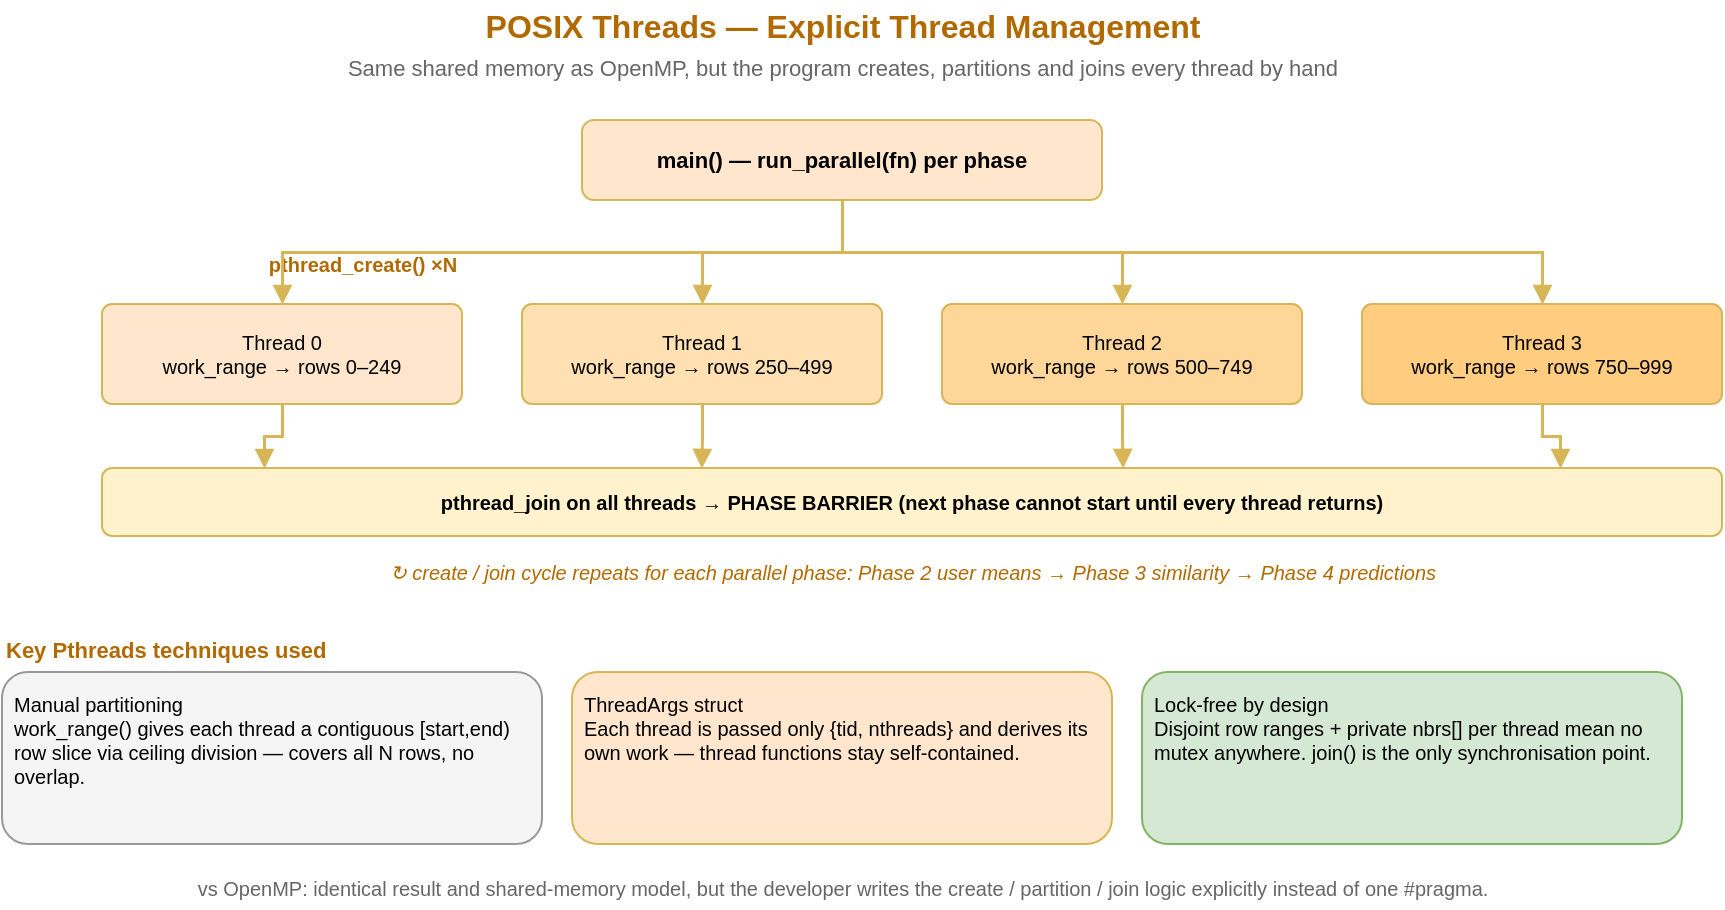
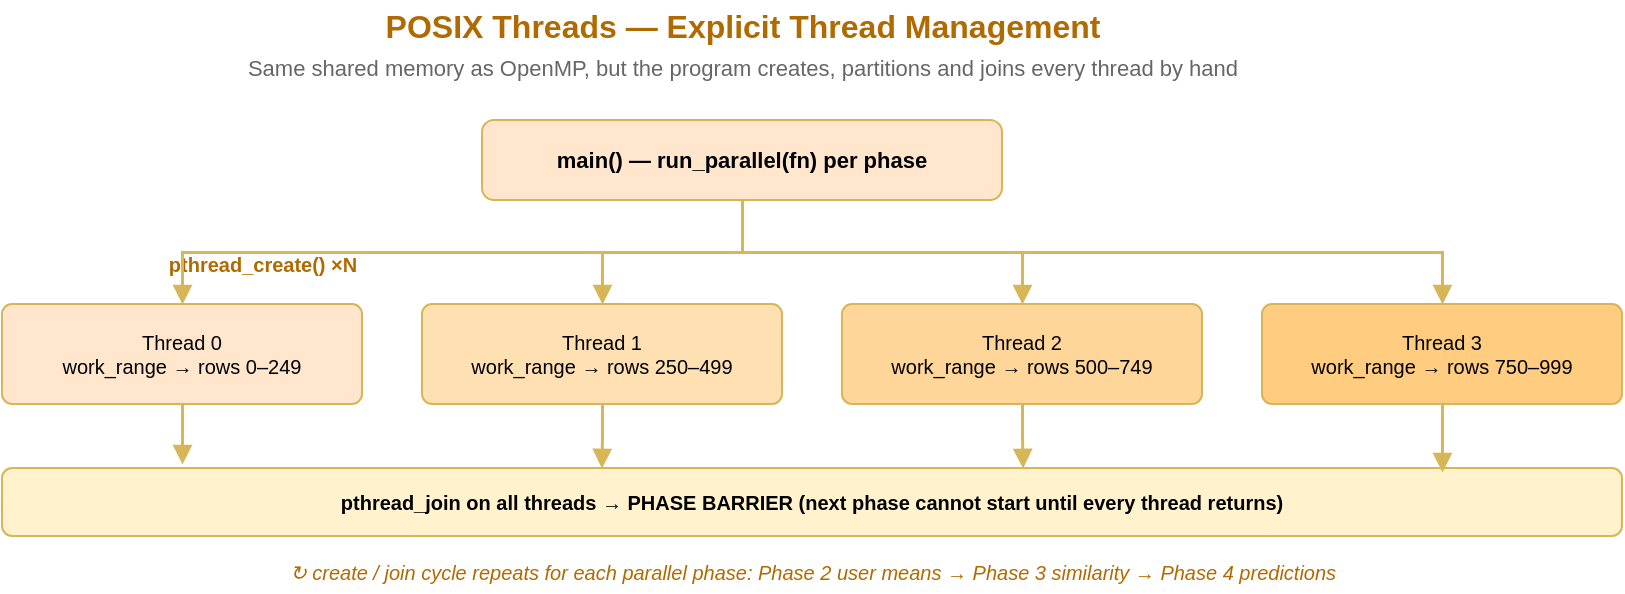
- <mxfile host="app.diagrams.net" version="21.1.2">
-   <diagram id="page3" name="3. Pthreads">
-     <mxGraphModel dx="1000" dy="640" grid="1" gridSize="10" guides="1" tooltips="1" connect="1" arrows="1" fold="1" page="1" pageScale="1" pageWidth="900" pageHeight="610" math="0" shadow="0">
-       <root>
-         <mxCell id="0" />
-         <mxCell id="1" parent="0" />
- 
-         <!-- Title -->
-         <mxCell id="ttl" value="POSIX Threads — Explicit Thread Management" style="text;html=1;align=center;verticalAlign=middle;fontStyle=1;fontSize=16;fontColor=#b06a00;" vertex="1" parent="1">
-           <mxGeometry x="150" y="18" width="600" height="26" as="geometry" />
-         </mxCell>
-         <mxCell id="sub" value="Same shared memory as OpenMP, but the program creates, partitions and joins every thread by hand" style="text;html=1;align=center;verticalAlign=middle;fontSize=11;fontColor=#666666;" vertex="1" parent="1">
-           <mxGeometry x="150" y="42" width="600" height="20" as="geometry" />
-         </mxCell>
- 
-         <!-- Main thread -->
-         <mxCell id="mn" value="main()  —  run_parallel(fn) per phase" style="rounded=1;whiteSpace=wrap;html=1;fillColor=#ffe6cc;strokeColor=#d6b656;fontSize=11;fontStyle=1;verticalAlign=middle;" vertex="1" parent="1">
-           <mxGeometry x="320" y="78" width="260" height="40" as="geometry" />
-         </mxCell>
- 
-         <!-- create / join labels -->
-         <mxCell id="crl" value="pthread_create() ×N" style="text;html=1;align=center;fontSize=10;fontColor=#b06a00;fontStyle=1;" vertex="1" parent="1">
-           <mxGeometry x="120" y="138" width="180" height="18" as="geometry" />
-         </mxCell>
- 
-         <!-- Threads -->
-         <mxCell id="t0" value="Thread 0&#10;work_range → rows 0–249" style="rounded=1;whiteSpace=wrap;html=1;fillColor=#ffe6cc;strokeColor=#d6b656;fontSize=10;arcSize=10;verticalAlign=middle;" vertex="1" parent="1">
-           <mxGeometry x="80" y="170" width="180" height="50" as="geometry" />
-         </mxCell>
-         <mxCell id="t1" value="Thread 1&#10;work_range → rows 250–499" style="rounded=1;whiteSpace=wrap;html=1;fillColor=#ffe0b3;strokeColor=#d6b656;fontSize=10;arcSize=10;verticalAlign=middle;" vertex="1" parent="1">
-           <mxGeometry x="290" y="170" width="180" height="50" as="geometry" />
-         </mxCell>
-         <mxCell id="t2" value="Thread 2&#10;work_range → rows 500–749" style="rounded=1;whiteSpace=wrap;html=1;fillColor=#ffd699;strokeColor=#d6b656;fontSize=10;arcSize=10;verticalAlign=middle;" vertex="1" parent="1">
-           <mxGeometry x="500" y="170" width="180" height="50" as="geometry" />
-         </mxCell>
-         <mxCell id="t3" value="Thread 3&#10;work_range → rows 750–999" style="rounded=1;whiteSpace=wrap;html=1;fillColor=#ffcc80;strokeColor=#d6b656;fontSize=10;arcSize=10;verticalAlign=middle;" vertex="1" parent="1">
-           <mxGeometry x="710" y="170" width="180" height="50" as="geometry" />
-         </mxCell>
- 
-         <!-- create arrows -->
-         <mxCell id="c0" style="edgeStyle=orthogonalEdgeStyle;rounded=0;html=1;endArrow=block;endFill=1;strokeWidth=1.5;strokeColor=#d6b656;exitX=0.5;exitY=1;entryX=0.5;entryY=0;" edge="1" source="mn" target="t0" parent="1"><mxGeometry relative="1" as="geometry" /></mxCell>
-         <mxCell id="c1e" style="edgeStyle=orthogonalEdgeStyle;rounded=0;html=1;endArrow=block;endFill=1;strokeWidth=1.5;strokeColor=#d6b656;exitX=0.5;exitY=1;entryX=0.5;entryY=0;" edge="1" source="mn" target="t1" parent="1"><mxGeometry relative="1" as="geometry" /></mxCell>
-         <mxCell id="c2e" style="edgeStyle=orthogonalEdgeStyle;rounded=0;html=1;endArrow=block;endFill=1;strokeWidth=1.5;strokeColor=#d6b656;exitX=0.5;exitY=1;entryX=0.5;entryY=0;" edge="1" source="mn" target="t2" parent="1"><mxGeometry relative="1" as="geometry" /></mxCell>
-         <mxCell id="c3e" style="edgeStyle=orthogonalEdgeStyle;rounded=0;html=1;endArrow=block;endFill=1;strokeWidth=1.5;strokeColor=#d6b656;exitX=0.5;exitY=1;entryX=0.5;entryY=0;" edge="1" source="mn" target="t3" parent="1"><mxGeometry relative="1" as="geometry" /></mxCell>
- 
-         <!-- join into barrier bar -->
-         <mxCell id="barrier" value="pthread_join on all threads  →  PHASE BARRIER (next phase cannot start until every thread returns)" style="rounded=1;whiteSpace=wrap;html=1;fillColor=#fff2cc;strokeColor=#d6b656;fontSize=10;fontStyle=1;verticalAlign=middle;" vertex="1" parent="1">
-           <mxGeometry x="80" y="252" width="810" height="34" as="geometry" />
-         </mxCell>
-         <mxCell id="j0" style="edgeStyle=orthogonalEdgeStyle;rounded=0;html=1;endArrow=block;endFill=1;strokeWidth=1.5;strokeColor=#d6b656;exitX=0.5;exitY=1;entryX=0.1;entryY=0;" edge="1" source="t0" target="barrier" parent="1"><mxGeometry relative="1" as="geometry" /></mxCell>
-         <mxCell id="j1" style="edgeStyle=orthogonalEdgeStyle;rounded=0;html=1;endArrow=block;endFill=1;strokeWidth=1.5;strokeColor=#d6b656;exitX=0.5;exitY=1;entryX=0.37;entryY=0;" edge="1" source="t1" target="barrier" parent="1"><mxGeometry relative="1" as="geometry" /></mxCell>
-         <mxCell id="j2" style="edgeStyle=orthogonalEdgeStyle;rounded=0;html=1;endArrow=block;endFill=1;strokeWidth=1.5;strokeColor=#d6b656;exitX=0.5;exitY=1;entryX=0.63;entryY=0;" edge="1" source="t2" target="barrier" parent="1"><mxGeometry relative="1" as="geometry" /></mxCell>
-         <mxCell id="j3" style="edgeStyle=orthogonalEdgeStyle;rounded=0;html=1;endArrow=block;endFill=1;strokeWidth=1.5;strokeColor=#d6b656;exitX=0.5;exitY=1;entryX=0.9;entryY=0;" edge="1" source="t3" target="barrier" parent="1"><mxGeometry relative="1" as="geometry" /></mxCell>
- 
-         <!-- repeated per phase note -->
-         <mxCell id="rep" value="↻ create / join cycle repeats for each parallel phase:  Phase 2 user means  →  Phase 3 similarity  →  Phase 4 predictions" style="text;html=1;align=center;verticalAlign=middle;fontSize=10;fontColor=#b06a00;fontStyle=2;" vertex="1" parent="1">
-           <mxGeometry x="80" y="294" width="810" height="20" as="geometry" />
-         </mxCell>
- 
-         <!-- Concept boxes -->
-         <mxCell id="ch" value="Key Pthreads techniques used" style="text;html=1;align=left;fontStyle=1;fontSize=11;fontColor=#b06a00;" vertex="1" parent="1">
-           <mxGeometry x="30" y="330" width="300" height="20" as="geometry" />
-         </mxCell>
-         <mxCell id="b1" value="Manual partitioning&#10;work_range() gives each thread a contiguous [start,end) row slice via ceiling division — covers all N rows, no overlap." style="rounded=1;whiteSpace=wrap;html=1;fillColor=#f5f5f5;strokeColor=#999999;fontSize=10;verticalAlign=top;align=left;spacing=6;" vertex="1" parent="1">
-           <mxGeometry x="30" y="354" width="270" height="86" as="geometry" />
-         </mxCell>
-         <mxCell id="b2" value="ThreadArgs struct&#10;Each thread is passed only {tid, nthreads} and derives its own work — thread functions stay self-contained." style="rounded=1;whiteSpace=wrap;html=1;fillColor=#ffe6cc;strokeColor=#d6b656;fontSize=10;verticalAlign=top;align=left;spacing=6;" vertex="1" parent="1">
-           <mxGeometry x="315" y="354" width="270" height="86" as="geometry" />
-         </mxCell>
-         <mxCell id="b3" value="Lock-free by design&#10;Disjoint row ranges + private nbrs[] per thread mean no mutex anywhere. join() is the only synchronisation point." style="rounded=1;whiteSpace=wrap;html=1;fillColor=#d5e8d4;strokeColor=#82b366;fontSize=10;verticalAlign=top;align=left;spacing=6;" vertex="1" parent="1">
-           <mxGeometry x="600" y="354" width="270" height="86" as="geometry" />
-         </mxCell>
- 
-         <!-- Footer -->
-         <mxCell id="ft" value="vs OpenMP: identical result and shared-memory model, but the developer writes the create / partition / join logic explicitly instead of one #pragma." style="text;html=1;align=center;verticalAlign=middle;fontSize=10;fontColor=#666666;" vertex="1" parent="1">
-           <mxGeometry x="30" y="452" width="840" height="20" as="geometry" />
-         </mxCell>
-       </root>
-     </mxGraphModel>
-   </diagram>
- </mxfile>
+ <mxfile host="65bd71144e">
+     <diagram id="page3" name="3. Pthreads">
+         <mxGraphModel dx="438" dy="281" grid="1" gridSize="10" guides="1" tooltips="1" connect="1" arrows="1" fold="1" page="1" pageScale="1" pageWidth="900" pageHeight="610" math="0" shadow="0">
+             <root>
+                 <mxCell id="0"/>
+                 <mxCell id="1" parent="0"/>
+                 <mxCell id="ttl" value="POSIX Threads — Explicit Thread Management" style="text;html=1;align=center;verticalAlign=middle;fontStyle=1;fontSize=16;fontColor=#b06a00;" parent="1" vertex="1">
+                     <mxGeometry x="150" y="18" width="600" height="26" as="geometry"/>
+                 </mxCell>
+                 <mxCell id="sub" value="Same shared memory as OpenMP, but the program creates, partitions and joins every thread by hand" style="text;html=1;align=center;verticalAlign=middle;fontSize=11;fontColor=#666666;" parent="1" vertex="1">
+                     <mxGeometry x="150" y="42" width="600" height="20" as="geometry"/>
+                 </mxCell>
+                 <mxCell id="mn" value="main()  —  run_parallel(fn) per phase" style="rounded=1;whiteSpace=wrap;html=1;fillColor=#ffe6cc;strokeColor=#d6b656;fontSize=11;fontStyle=1;verticalAlign=middle;" parent="1" vertex="1">
+                     <mxGeometry x="320" y="78" width="260" height="40" as="geometry"/>
+                 </mxCell>
+                 <mxCell id="crl" value="pthread_create() ×N" style="text;html=1;align=center;fontSize=10;fontColor=#b06a00;fontStyle=1;" parent="1" vertex="1">
+                     <mxGeometry x="120" y="138" width="180" height="18" as="geometry"/>
+                 </mxCell>
+                 <mxCell id="t0" value="Thread 0&#xa;work_range → rows 0–249" style="rounded=1;whiteSpace=wrap;html=1;fillColor=#ffe6cc;strokeColor=#d6b656;fontSize=10;arcSize=10;verticalAlign=middle;" parent="1" vertex="1">
+                     <mxGeometry x="80" y="170" width="180" height="50" as="geometry"/>
+                 </mxCell>
+                 <mxCell id="t1" value="Thread 1&#xa;work_range → rows 250–499" style="rounded=1;whiteSpace=wrap;html=1;fillColor=#ffe0b3;strokeColor=#d6b656;fontSize=10;arcSize=10;verticalAlign=middle;" parent="1" vertex="1">
+                     <mxGeometry x="290" y="170" width="180" height="50" as="geometry"/>
+                 </mxCell>
+                 <mxCell id="t2" value="Thread 2&#xa;work_range → rows 500–749" style="rounded=1;whiteSpace=wrap;html=1;fillColor=#ffd699;strokeColor=#d6b656;fontSize=10;arcSize=10;verticalAlign=middle;" parent="1" vertex="1">
+                     <mxGeometry x="500" y="170" width="180" height="50" as="geometry"/>
+                 </mxCell>
+                 <mxCell id="t3" value="Thread 3&#xa;work_range → rows 750–999" style="rounded=1;whiteSpace=wrap;html=1;fillColor=#ffcc80;strokeColor=#d6b656;fontSize=10;arcSize=10;verticalAlign=middle;" parent="1" vertex="1">
+                     <mxGeometry x="710" y="170" width="180" height="50" as="geometry"/>
+                 </mxCell>
+                 <mxCell id="c0" style="edgeStyle=orthogonalEdgeStyle;rounded=0;html=1;endArrow=block;endFill=1;strokeWidth=1.5;strokeColor=#d6b656;exitX=0.5;exitY=1;entryX=0.5;entryY=0;" parent="1" source="mn" target="t0" edge="1">
+                     <mxGeometry relative="1" as="geometry"/>
+                 </mxCell>
+                 <mxCell id="c1e" style="edgeStyle=orthogonalEdgeStyle;rounded=0;html=1;endArrow=block;endFill=1;strokeWidth=1.5;strokeColor=#d6b656;exitX=0.5;exitY=1;entryX=0.5;entryY=0;" parent="1" source="mn" target="t1" edge="1">
+                     <mxGeometry relative="1" as="geometry"/>
+                 </mxCell>
+                 <mxCell id="c2e" style="edgeStyle=orthogonalEdgeStyle;rounded=0;html=1;endArrow=block;endFill=1;strokeWidth=1.5;strokeColor=#d6b656;exitX=0.5;exitY=1;entryX=0.5;entryY=0;" parent="1" source="mn" target="t2" edge="1">
+                     <mxGeometry relative="1" as="geometry"/>
+                 </mxCell>
+                 <mxCell id="c3e" style="edgeStyle=orthogonalEdgeStyle;rounded=0;html=1;endArrow=block;endFill=1;strokeWidth=1.5;strokeColor=#d6b656;exitX=0.5;exitY=1;entryX=0.5;entryY=0;" parent="1" source="mn" target="t3" edge="1">
+                     <mxGeometry relative="1" as="geometry"/>
+                 </mxCell>
+                 <mxCell id="barrier" value="pthread_join on all threads  →  PHASE BARRIER (next phase cannot start until every thread returns)" style="rounded=1;whiteSpace=wrap;html=1;fillColor=#fff2cc;strokeColor=#d6b656;fontSize=10;fontStyle=1;verticalAlign=middle;" parent="1" vertex="1">
+                     <mxGeometry x="80" y="252" width="810" height="34" as="geometry"/>
+                 </mxCell>
+                 <mxCell id="j0" style="edgeStyle=orthogonalEdgeStyle;rounded=0;html=1;endArrow=block;endFill=1;strokeWidth=1.5;strokeColor=#d6b656;exitX=0.5;exitY=1;" parent="1" source="t0" edge="1">
+                     <mxGeometry relative="1" as="geometry">
+                         <mxPoint x="170" y="250" as="targetPoint"/>
+                     </mxGeometry>
+                 </mxCell>
+                 <mxCell id="j1" style="edgeStyle=orthogonalEdgeStyle;rounded=0;html=1;endArrow=block;endFill=1;strokeWidth=1.5;strokeColor=#d6b656;exitX=0.5;exitY=1;entryX=0.37;entryY=0;" parent="1" source="t1" target="barrier" edge="1">
+                     <mxGeometry relative="1" as="geometry"/>
+                 </mxCell>
+                 <mxCell id="j2" style="edgeStyle=orthogonalEdgeStyle;rounded=0;html=1;endArrow=block;endFill=1;strokeWidth=1.5;strokeColor=#d6b656;exitX=0.5;exitY=1;entryX=0.63;entryY=0;" parent="1" source="t2" target="barrier" edge="1">
+                     <mxGeometry relative="1" as="geometry"/>
+                 </mxCell>
+                 <mxCell id="j3" style="edgeStyle=orthogonalEdgeStyle;rounded=0;html=1;endArrow=block;endFill=1;strokeWidth=1.5;strokeColor=#d6b656;exitX=0.5;exitY=1;entryX=0.89;entryY=0.058;entryDx=0;entryDy=0;entryPerimeter=0;" parent="1" source="t3" target="barrier" edge="1">
+                     <mxGeometry relative="1" as="geometry">
+                         <mxPoint x="809" y="240" as="targetPoint"/>
+                         <Array as="points">
+                             <mxPoint x="800" y="254"/>
+                         </Array>
+                     </mxGeometry>
+                 </mxCell>
+                 <mxCell id="rep" value="↻ create / join cycle repeats for each parallel phase:  Phase 2 user means  →  Phase 3 similarity  →  Phase 4 predictions" style="text;html=1;align=center;verticalAlign=middle;fontSize=10;fontColor=#b06a00;fontStyle=2;" parent="1" vertex="1">
+                     <mxGeometry x="80" y="294" width="810" height="20" as="geometry"/>
+                 </mxCell>
+             </root>
+         </mxGraphModel>
+     </diagram>
+ </mxfile>